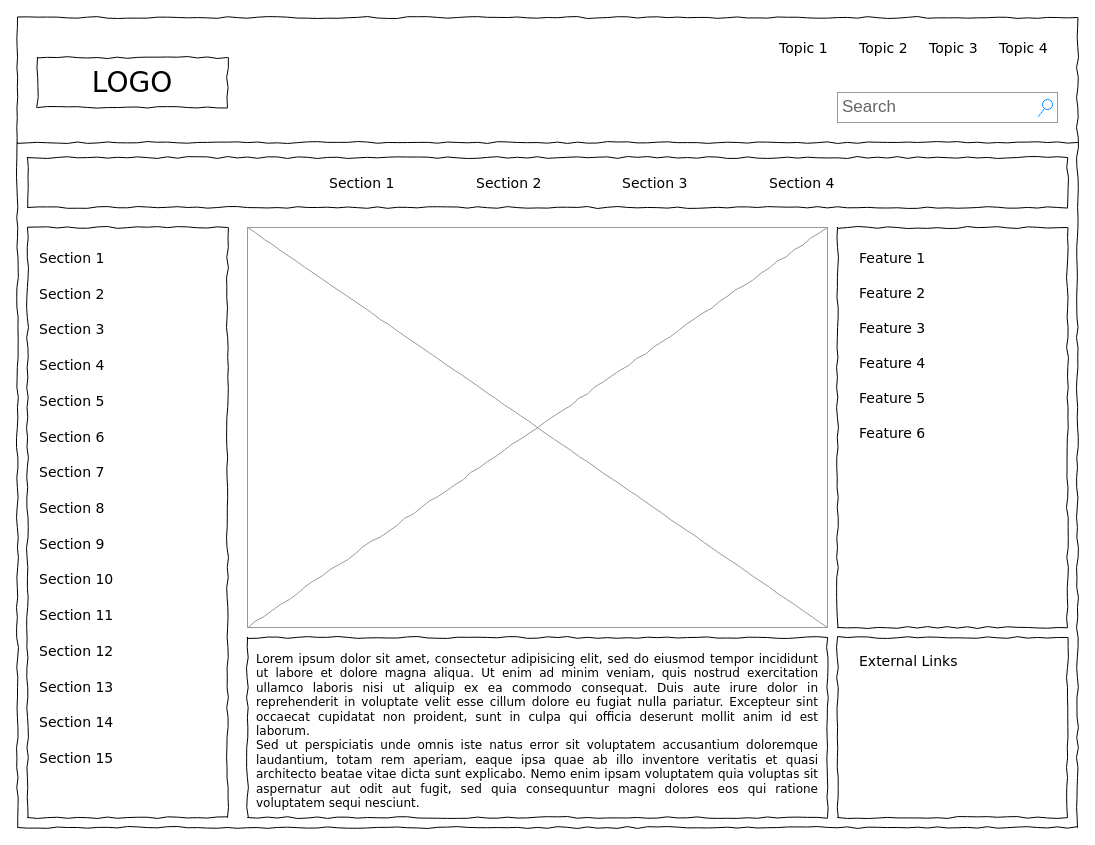
Earlier version of the draw.io diagram Untitled Diagram.drawio (Bayernatoor/test). Source tidied: cells renumbered, new cells numbered last; positions are measured from the earlier drawing's top-left corner, leaving out a move shared by most shapes. Both pictures are drawn from the tidied source at 100%, with x=0, y=0 at pixel (17, 17).
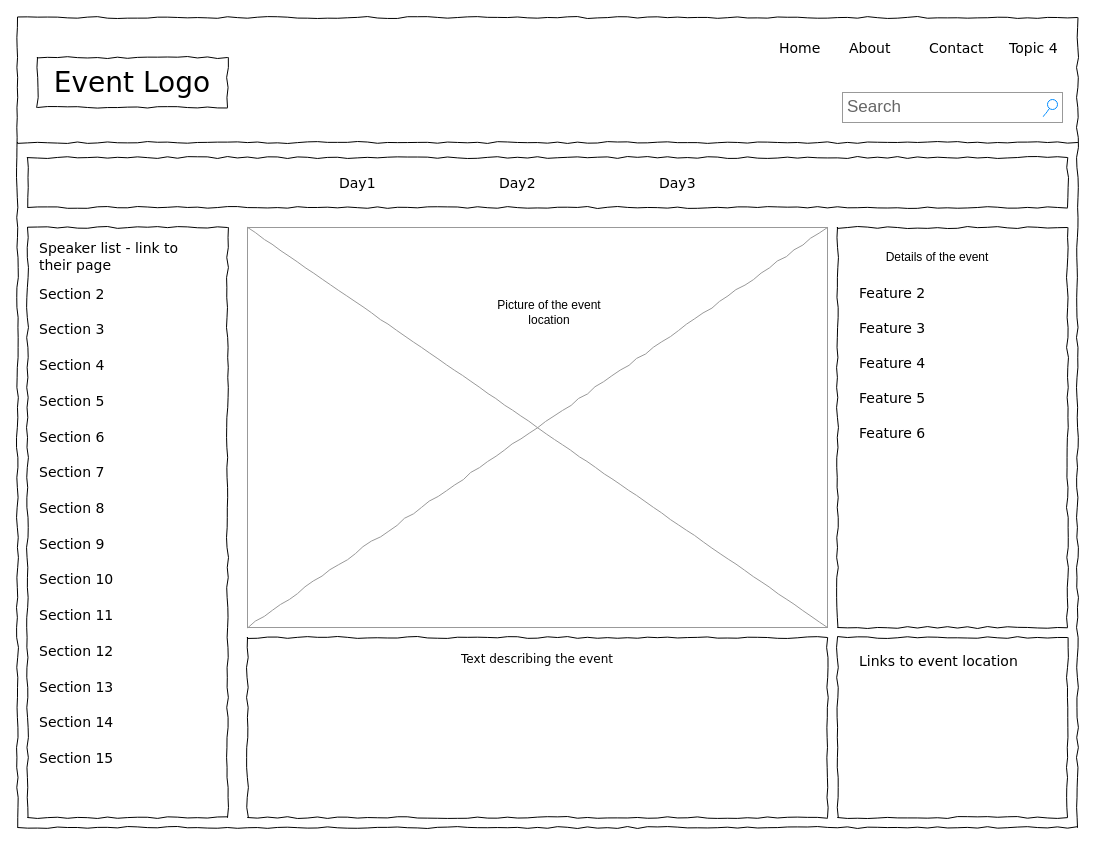
The same page after the edit.

Diff of the diagram source:
```diff
@@
-    <mxCell id="3" value="LOGO" style="whiteSpace=wrap;html=1;rounded=0;shadow=0;labelBackgroundColor=none;strokeWidth=1;fontFamily=Verdana;fontSize=28;align=center;comic=1;" parent="1" vertex="1">
+    <mxCell id="3" value="Event Logo" style="whiteSpace=wrap;html=1;rounded=0;shadow=0;labelBackgroundColor=none;strokeWidth=1;fontFamily=Verdana;fontSize=28;align=center;comic=1;" parent="1" vertex="1">
       <mxGeometry x="20" y="40" width="190" height="50" as="geometry" />
     </mxCell>
     <mxCell id="4" value="Search" style="strokeWidth=1;shadow=0;dashed=0;align=center;html=1;shape=mxgraph.mockup.forms.searchBox;strokeColor=#999999;mainText=;strokeColor2=#008cff;fontColor=#666666;fontSize=17;align=left;spacingLeft=3;rounded=0;labelBackgroundColor=none;comic=1;" parent="1" vertex="1">
-      <mxGeometry x="820" y="75" width="220" height="30" as="geometry" />
+      <mxGeometry x="825" y="75" width="220" height="30" as="geometry" />
     </mxCell>
-    <mxCell id="5" value="Topic 1" style="text;html=1;align=left;verticalAlign=top;spacingTop=-4;fontSize=14;fontFamily=Verdana;" parent="1" vertex="1">
-      <mxGeometry x="760" y="20" width="60" height="20" as="geometry" />
+    <mxCell id="5" value="Home" style="text;html=1;align=left;verticalAlign=top;spacingTop=-4;fontSize=14;fontFamily=Verdana;" parent="1" vertex="1">
+      <mxGeometry x="760" y="20" width="50" height="20" as="geometry" />
     </mxCell>
-    <mxCell id="6" value="Topic 2" style="text;html=1;align=left;verticalAlign=top;spacingTop=-4;fontSize=14;fontFamily=Verdana;" parent="1" vertex="1">
-      <mxGeometry x="840" y="20" width="60" height="20" as="geometry" />
+    <mxCell id="6" value="About" style="text;html=1;align=left;verticalAlign=top;spacingTop=-4;fontSize=14;fontFamily=Verdana;" parent="1" vertex="1">
+      <mxGeometry x="830" y="20" width="60" height="20" as="geometry" />
     </mxCell>
-    <mxCell id="7" value="Topic 3" style="text;html=1;align=left;verticalAlign=top;spacingTop=-4;fontSize=14;fontFamily=Verdana;" parent="1" vertex="1">
+    <mxCell id="7" value="Contact" style="text;html=1;align=left;verticalAlign=top;spacingTop=-4;fontSize=14;fontFamily=Verdana;" parent="1" vertex="1">
       <mxGeometry x="910" y="20" width="60" height="20" as="geometry" />
     </mxCell>
     <mxCell id="8" value="Topic 4" style="text;html=1;align=left;verticalAlign=top;spacingTop=-4;fontSize=14;fontFamily=Verdana;" parent="1" vertex="1">
-      <mxGeometry x="980" y="20" width="60" height="20" as="geometry" />
+      <mxGeometry x="990" y="20" width="60" height="20" as="geometry" />
     </mxCell>
@@
-    <mxCell id="12" value="Section 1" style="text;html=1;align=left;verticalAlign=top;spacingTop=-4;fontSize=14;fontFamily=Verdana;" parent="1" vertex="1">
-      <mxGeometry x="310" y="155" width="60" height="20" as="geometry" />
+    <mxCell id="12" value="Day1" style="text;html=1;align=left;verticalAlign=top;spacingTop=-4;fontSize=14;fontFamily=Verdana;" parent="1" vertex="1">
+      <mxGeometry x="320" y="155" width="60" height="20" as="geometry" />
     </mxCell>
-    <mxCell id="13" value="Section 2" style="text;html=1;align=left;verticalAlign=top;spacingTop=-4;fontSize=14;fontFamily=Verdana;" parent="1" vertex="1">
-      <mxGeometry x="457" y="155" width="60" height="20" as="geometry" />
+    <mxCell id="13" value="Day2" style="text;html=1;align=left;verticalAlign=top;spacingTop=-4;fontSize=14;fontFamily=Verdana;" parent="1" vertex="1">
+      <mxGeometry x="480" y="155" width="60" height="20" as="geometry" />
     </mxCell>
-    <mxCell id="14" value="Section 3" style="text;html=1;align=left;verticalAlign=top;spacingTop=-4;fontSize=14;fontFamily=Verdana;" parent="1" vertex="1">
-      <mxGeometry x="603" y="155" width="60" height="20" as="geometry" />
+    <mxCell id="14" value="Day3" style="text;html=1;align=left;verticalAlign=top;spacingTop=-4;fontSize=14;fontFamily=Verdana;" parent="1" vertex="1">
+      <mxGeometry x="640" y="155" width="60" height="20" as="geometry" />
     </mxCell>
-    <mxCell id="15" value="Section 4" style="text;html=1;align=left;verticalAlign=top;spacingTop=-4;fontSize=14;fontFamily=Verdana;" parent="1" vertex="1">
-      <mxGeometry x="750" y="155" width="60" height="20" as="geometry" />
-    </mxCell>
-    <mxCell id="16" value="&lt;div style=&quot;text-align: justify&quot;&gt;&lt;span&gt;Lorem ipsum dolor sit amet, consectetur adipisicing elit, sed do eiusmod tempor incididunt ut labore et dolore magna aliqua. Ut enim ad minim veniam, quis nostrud exercitation ullamco laboris nisi ut aliquip ex ea commodo consequat. Duis aute irure dolor in reprehenderit in voluptate velit esse cillum dolore eu fugiat nulla pariatur. Excepteur sint occaecat cupidatat non proident, sunt in culpa qui officia deserunt mollit anim id est laborum.&lt;/span&gt;&lt;/div&gt;&lt;div style=&quot;text-align: justify&quot;&gt;&lt;span&gt;Sed ut perspiciatis unde omnis iste natus error sit voluptatem accusantium doloremque laudantium, totam rem aperiam, eaque ipsa quae ab illo inventore veritatis et quasi architecto beatae vitae dicta sunt explicabo. Nemo enim ipsam voluptatem quia voluptas sit aspernatur aut odit aut fugit, sed quia consequuntur magni dolores eos qui ratione voluptatem sequi nesciunt.&amp;nbsp;&lt;/span&gt;&lt;/div&gt;" style="whiteSpace=wrap;html=1;rounded=0;shadow=0;labelBackgroundColor=none;strokeWidth=1;fillColor=none;fontFamily=Verdana;fontSize=12;align=center;verticalAlign=top;spacing=10;comic=1;" parent="1" vertex="1">
+    <mxCell id="16" value="Text describing the event" style="whiteSpace=wrap;html=1;rounded=0;shadow=0;labelBackgroundColor=none;strokeWidth=1;fillColor=none;fontFamily=Verdana;fontSize=12;align=center;verticalAlign=top;spacing=10;comic=1;" parent="1" vertex="1">
       <mxGeometry x="230" y="620" width="580" height="180" as="geometry" />
     </mxCell>
@@
-    <mxCell id="20" value="Section 1" style="text;html=1;align=left;verticalAlign=top;spacingTop=-4;fontSize=14;fontFamily=Verdana;" parent="1" vertex="1">
-      <mxGeometry x="20" y="230" width="170" height="20" as="geometry" />
+    <mxCell id="20" value="&lt;div&gt;Speaker list - link to&lt;/div&gt;&lt;div&gt; their page&lt;/div&gt;" style="text;html=1;align=left;verticalAlign=top;spacingTop=-4;fontSize=14;fontFamily=Verdana;" parent="1" vertex="1">
+      <mxGeometry x="20" y="220" width="170" height="40" as="geometry" />
     </mxCell>
@@
-    <mxCell id="35" value="External Links" style="text;html=1;align=left;verticalAlign=top;spacingTop=-4;fontSize=14;fontFamily=Verdana;" parent="1" vertex="1">
+    <mxCell id="35" value="Links to event location" style="text;html=1;align=left;verticalAlign=top;spacingTop=-4;fontSize=14;fontFamily=Verdana;" parent="1" vertex="1">
       <mxGeometry x="840" y="633" width="170" height="20" as="geometry" />
     </mxCell>
-    <mxCell id="36" value="Feature 1" style="text;html=1;align=left;verticalAlign=top;spacingTop=-4;fontSize=14;fontFamily=Verdana;" parent="1" vertex="1">
-      <mxGeometry x="840" y="230" width="170" height="20" as="geometry" />
-    </mxCell>
@@
+    <mxCell id="42" value="Details of the event" style="text;html=1;strokeColor=none;fillColor=none;align=center;verticalAlign=middle;whiteSpace=wrap;rounded=0;" parent="1" vertex="1">
+      <mxGeometry x="840" y="230" width="160" height="20" as="geometry" />
+    </mxCell>
+    <mxCell id="43" value="Picture of the event location" style="text;html=1;strokeColor=none;fillColor=none;align=center;verticalAlign=middle;whiteSpace=wrap;rounded=0;" parent="1" vertex="1">
+      <mxGeometry x="457" y="260" width="150" height="70" as="geometry" />
+    </mxCell>
```
